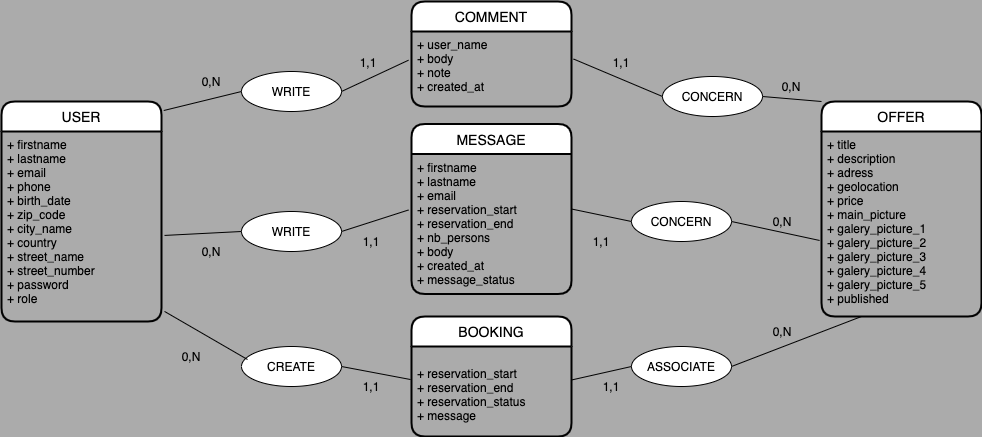
Before: docs/mcd.png, a diagram exported from draw.io (AllisonRenaud/projet-fin-formation). Source tidied: cells renumbered, new cells last; positions are measured from the earlier drawing's top-left corner, leaving out a move shared by most shapes.
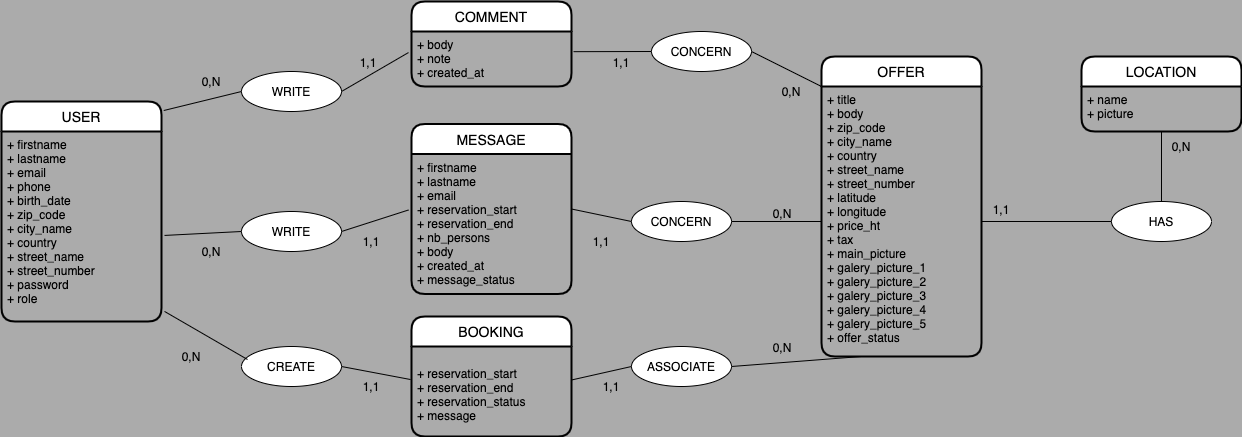
After the change.

Diff of the diagram source:
```diff
@@ -9,10 +9,10 @@
       <mxGeometry y="30" width="160" height="190" as="geometry" />
     </mxCell>
     <mxCell id="4" value="OFFER" style="swimlane;horizontal=1;startSize=30;rounded=1;fontSize=14;fontStyle=0;strokeWidth=2;shadow=0;dashed=0;align=center;" parent="1" vertex="1">
-      <mxGeometry x="820" y="100" width="160" height="215" as="geometry" />
+      <mxGeometry x="820" y="55" width="160" height="300" as="geometry" />
     </mxCell>
-    <mxCell id="5" value="+ title&#10;+ description&#10;+ adress &#10;+ geolocation&#10;+ price&#10;+ main_picture&#10;+ galery_picture_1&#10;+ galery_picture_2&#10;+ galery_picture_3&#10;+ galery_picture_4&#10;+ galery_picture_5&#10;+ published" style="align=left;strokeColor=none;fillColor=none;spacingLeft=4;fontSize=12;verticalAlign=top;" parent="4" vertex="1">
-      <mxGeometry y="30" width="160" height="185" as="geometry" />
+    <mxCell id="5" value="+ title&#10;+ body&#10;+ zip_code&#10;+ city_name&#10;+ country&#10;+ street_name&#10;+ street_number&#10;+ latitude&#10;+ longitude&#10;+ price_ht&#10;+ tax&#10;+ main_picture&#10;+ galery_picture_1&#10;+ galery_picture_2&#10;+ galery_picture_3&#10;+ galery_picture_4&#10;+ galery_picture_5&#10;+ offer_status" style="align=left;strokeColor=none;fillColor=none;spacingLeft=4;fontSize=12;verticalAlign=top;" parent="4" vertex="1">
+      <mxGeometry y="30" width="160" height="270" as="geometry" />
     </mxCell>
     <mxCell id="6" style="edgeStyle=orthogonalEdgeStyle;rounded=0;orthogonalLoop=1;jettySize=auto;html=1;exitX=0.5;exitY=1;exitDx=0;exitDy=0;" parent="4" edge="1" source="5" target="5">
       <mxGeometry relative="1" as="geometry" />
@@ -24,10 +24,10 @@
       <mxGeometry y="30" width="160" height="90" as="geometry" />
     </mxCell>
     <mxCell id="9" value="COMMENT" style="swimlane;horizontal=1;startSize=30;rounded=1;fontSize=14;fontStyle=0;strokeWidth=2;shadow=0;dashed=0;align=center;" parent="1" vertex="1">
-      <mxGeometry x="410" width="160" height="105" as="geometry" />
+      <mxGeometry x="410" width="160" height="85" as="geometry" />
     </mxCell>
-    <mxCell id="10" value="+ user_name&#10;+ body&#10;+ note&#10;+ created_at" style="align=left;strokeColor=none;fillColor=none;spacingLeft=4;fontSize=12;verticalAlign=top;" parent="9" vertex="1">
-      <mxGeometry y="30" width="160" height="75" as="geometry" />
+    <mxCell id="10" value="+ body&#10;+ note&#10;+ created_at" style="align=left;strokeColor=none;fillColor=none;spacingLeft=4;fontSize=12;verticalAlign=top;" parent="9" vertex="1">
+      <mxGeometry y="30" width="160" height="55" as="geometry" />
     </mxCell>
     <mxCell id="11" value="MESSAGE" style="swimlane;horizontal=1;startSize=30;rounded=1;fontSize=14;fontStyle=0;strokeWidth=2;shadow=0;dashed=0;align=center;" parent="1" vertex="1">
       <mxGeometry x="410" y="122.5" width="160" height="170" as="geometry" />
@@ -42,7 +42,7 @@
       <mxGeometry x="240" y="70" width="100" height="40" as="geometry" />
     </mxCell>
     <mxCell id="15" value="CONCERN" style="ellipse;whiteSpace=wrap;html=1;align=center;" parent="1" vertex="1">
-      <mxGeometry x="661" y="75" width="100" height="40" as="geometry" />
+      <mxGeometry x="650" y="30" width="100" height="40" as="geometry" />
     </mxCell>
     <mxCell id="16" value="CREATE" style="ellipse;whiteSpace=wrap;html=1;align=center;" parent="1" vertex="1">
       <mxGeometry x="240" y="345" width="100" height="40" as="geometry" />
@@ -59,7 +59,7 @@
     <mxCell id="20" style="endArrow=none;html=1;entryX=0;entryY=0.5;entryDx=0;entryDy=0;exitX=1.014;exitY=0.041;exitDx=0;exitDy=0;exitPerimeter=0;" parent="1" edge="1" source="2" target="14">
       <mxGeometry relative="1" as="geometry" />
     </mxCell>
-    <mxCell id="21" style="endArrow=none;html=1;exitX=1;exitY=0.5;exitDx=0;exitDy=0;entryX=0;entryY=0;entryDx=0;entryDy=0;" parent="1" edge="1" source="15" target="4">
+    <mxCell id="21" style="endArrow=none;html=1;exitX=1;exitY=0.5;exitDx=0;exitDy=0;entryX=0;entryY=0;entryDx=0;entryDy=0;" parent="1" edge="1" source="15" target="5">
       <mxGeometry relative="1" as="geometry" />
     </mxCell>
     <mxCell id="22" style="endArrow=none;html=1;entryX=0;entryY=0.5;entryDx=0;entryDy=0;exitX=1.003;exitY=0.371;exitDx=0;exitDy=0;exitPerimeter=0;" parent="1" edge="1" source="8" target="18">
@@ -77,7 +77,7 @@
     <mxCell id="26" style="endArrow=none;html=1;exitX=1.019;exitY=0.547;exitDx=0;exitDy=0;exitPerimeter=0;entryX=0;entryY=0.5;entryDx=0;entryDy=0;" parent="1" edge="1" source="3" target="17">
       <mxGeometry relative="1" as="geometry" />
     </mxCell>
-    <mxCell id="27" style="endArrow=none;html=1;exitX=1;exitY=0.5;exitDx=0;exitDy=0;entryX=-0.012;entryY=0.589;entryDx=0;entryDy=0;entryPerimeter=0;" parent="1" edge="1" source="19" target="5">
+    <mxCell id="27" style="endArrow=none;html=1;exitX=1;exitY=0.5;exitDx=0;exitDy=0;entryX=0;entryY=0.5;entryDx=0;entryDy=0;" parent="1" edge="1" source="19" target="5">
       <mxGeometry relative="1" as="geometry" />
     </mxCell>
     <mxCell id="28" style="endArrow=none;html=1;exitX=1;exitY=0.5;exitDx=0;exitDy=0;entryX=-0.019;entryY=0.4;entryDx=0;entryDy=0;entryPerimeter=0;" parent="1" edge="1" source="17" target="12">
@@ -93,7 +93,7 @@
       <mxGeometry relative="1" as="geometry" />
     </mxCell>
     <mxCell id="32" value="0,N" style="text;html=1;strokeColor=none;fillColor=none;align=center;verticalAlign=middle;whiteSpace=wrap;rounded=0;" parent="1" vertex="1">
-      <mxGeometry x="770" y="75" width="40" height="20" as="geometry" />
+      <mxGeometry x="770" y="80" width="40" height="20" as="geometry" />
     </mxCell>
     <mxCell id="33" value="1,1" style="text;html=1;strokeColor=none;fillColor=none;align=center;verticalAlign=middle;whiteSpace=wrap;rounded=0;" parent="1" vertex="1">
       <mxGeometry x="580" y="230" width="40" height="20" as="geometry" />
@@ -123,10 +123,31 @@
       <mxGeometry x="190" y="70" width="40" height="20" as="geometry" />
     </mxCell>
     <mxCell id="42" value="0,N" style="text;html=1;strokeColor=none;fillColor=none;align=center;verticalAlign=middle;whiteSpace=wrap;rounded=0;" parent="1" vertex="1">
-      <mxGeometry x="761" y="320" width="40" height="20" as="geometry" />
+      <mxGeometry x="761" y="336" width="40" height="20" as="geometry" />
     </mxCell>
     <mxCell id="43" value="0,N" style="text;html=1;strokeColor=none;fillColor=none;align=center;verticalAlign=middle;whiteSpace=wrap;rounded=0;" parent="1" vertex="1">
-      <mxGeometry x="761" y="210" width="40" height="20" as="geometry" />
+      <mxGeometry x="761" y="202" width="40" height="20" as="geometry" />
     </mxCell>
+    <mxCell id="44" value="LOCATION" style="swimlane;horizontal=1;startSize=30;rounded=1;fontSize=14;fontStyle=0;strokeWidth=2;shadow=0;dashed=0;align=center;" parent="1" vertex="1">
+      <mxGeometry x="1080" y="55" width="160" height="75" as="geometry" />
+    </mxCell>
+    <mxCell id="45" value="+ name&#10;+ picture" style="align=left;strokeColor=none;fillColor=none;spacingLeft=4;fontSize=12;verticalAlign=top;" parent="44" vertex="1">
+      <mxGeometry y="30" width="160" height="45" as="geometry" />
+    </mxCell>
+    <mxCell id="46" value="HAS" style="ellipse;whiteSpace=wrap;html=1;align=center;" parent="1" vertex="1">
+      <mxGeometry x="1110" y="200" width="100" height="40" as="geometry" />
+    </mxCell>
+    <mxCell id="47" style="rounded=0;jettySize=auto;html=1;exitX=1;exitY=0.5;exitDx=0;exitDy=0;entryX=0;entryY=0.5;entryDx=0;entryDy=0;endArrow=none;endFill=0;" parent="1" edge="1" source="5" target="46">
+      <mxGeometry relative="1" as="geometry" />
+    </mxCell>
+    <mxCell id="48" style="edgeStyle=none;rounded=0;jettySize=auto;html=1;exitX=0.5;exitY=1;exitDx=0;exitDy=0;entryX=0.5;entryY=0;entryDx=0;entryDy=0;endArrow=none;endFill=0;" parent="1" edge="1" source="45" target="46">
+      <mxGeometry relative="1" as="geometry" />
+    </mxCell>
+    <mxCell id="49" value="1,1" style="text;html=1;strokeColor=none;fillColor=none;align=center;verticalAlign=middle;whiteSpace=wrap;rounded=0;" parent="1" vertex="1">
+      <mxGeometry x="980" y="197.5" width="40" height="20" as="geometry" />
+    </mxCell>
+    <mxCell id="50" value="0,N" style="text;html=1;strokeColor=none;fillColor=none;align=center;verticalAlign=middle;whiteSpace=wrap;rounded=0;" parent="1" vertex="1">
+      <mxGeometry x="1160" y="135" width="40" height="20" as="geometry" />
+    </mxCell>
   </root>
 </mxGraphModel>
```
